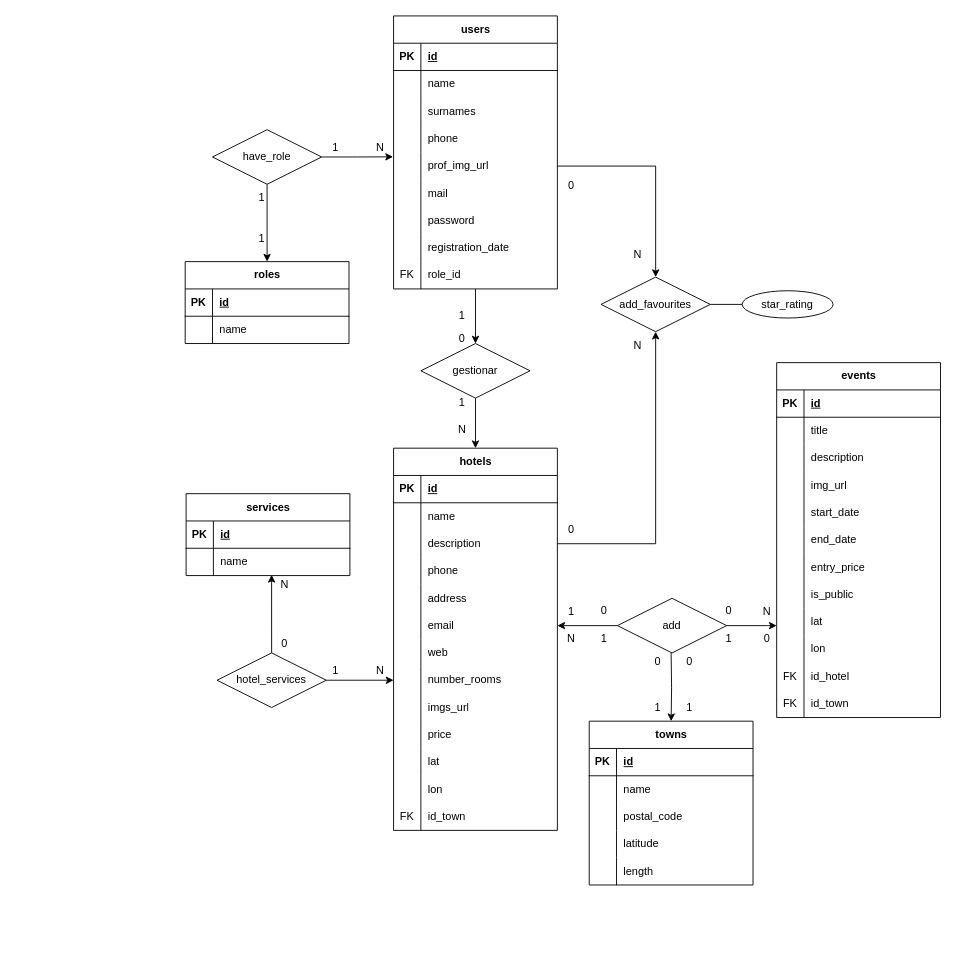
Before: c6_hohoHotel.drawio in SerotDev/sru-abi-rlm-project-backend, a draw.io diagram. Source tidied: cells renumbered, new cells numbered last; positions are measured from the earlier drawing's top-left corner, leaving out a move shared by most shapes. Both pictures are drawn from the tidied source at 91%, with x=0, y=0 at pixel (185, 15).
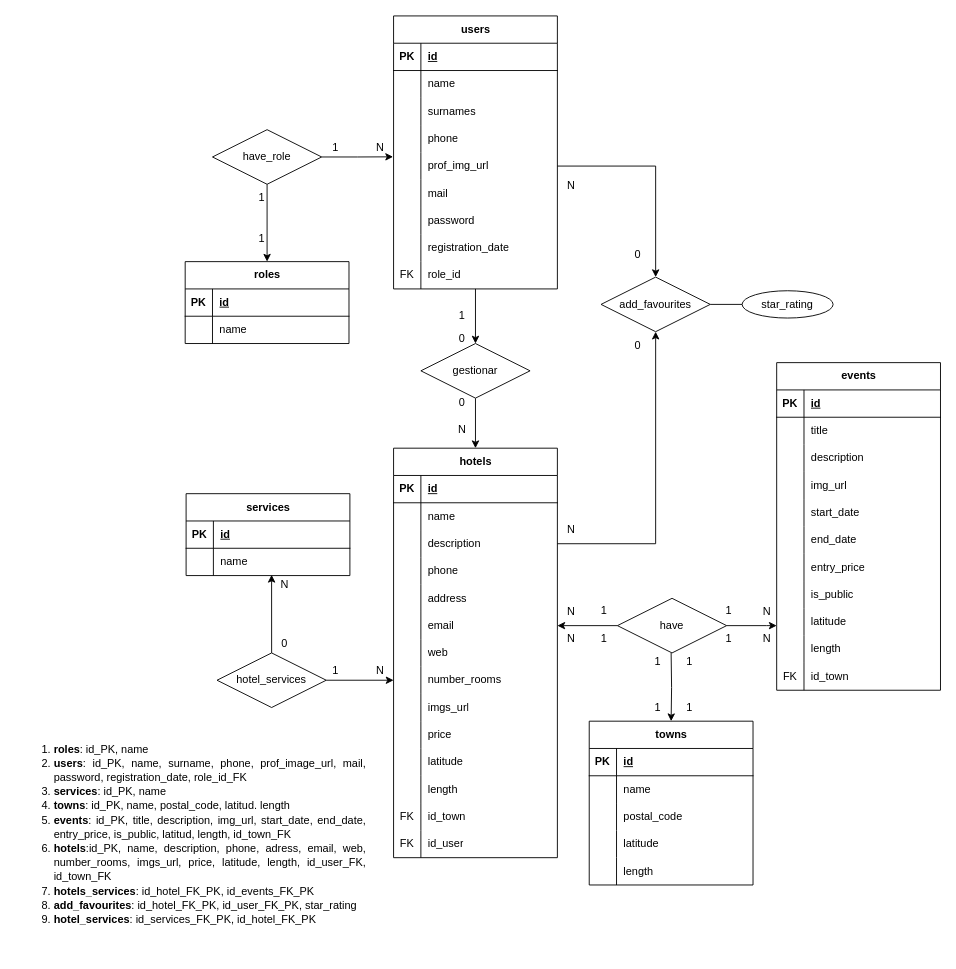
Above is the later version.

The change refers to these unchanged cells:
```xml
<mxCell id="56" style="shape=tableRow;horizontal=0;startSize=0;swimlaneHead=0;swimlaneBody=0;fillColor=none;points=[[0,0.5],[1,0.5]];portConstraint=eastwest;top=0;left=0;right=0;bottom=0;" parent="31" vertex="1">
  <mxGeometry y="270" width="180" height="30" as="geometry" />
</mxCell>
<mxCell id="59" style="shape=tableRow;horizontal=0;startSize=0;swimlaneHead=0;swimlaneBody=0;fillColor=none;top=0;left=0;right=0;bottom=0;" parent="31" vertex="1">
  <mxGeometry y="300" width="180" height="30" as="geometry" />
</mxCell>
<mxCell id="62" style="shape=tableRow;horizontal=0;startSize=0;swimlaneHead=0;swimlaneBody=0;fillColor=none;top=0;left=0;right=0;bottom=0;" parent="31" vertex="1">
  <mxGeometry y="330" width="180" height="30" as="geometry" />
</mxCell>
<mxCell id="99" style="shape=tableRow;horizontal=0;startSize=0;swimlaneHead=0;swimlaneBody=0;fillColor=none;top=0;left=0;right=0;bottom=0;" parent="68" vertex="1">
  <mxGeometry y="330" width="180" height="30" as="geometry" />
</mxCell>
<mxCell id="102" style="shape=tableRow;horizontal=0;startSize=0;swimlaneHead=0;swimlaneBody=0;fillColor=none;top=0;left=0;right=0;bottom=0;" parent="68" vertex="1">
  <mxGeometry y="360" width="180" height="30" as="geometry" />
</mxCell>
```

The edit, as a diff of the source:
```diff
@@
     <mxCell id="31" value="events" style="shape=table;startSize=30;childLayout=tableLayout;rowLines=0;fontStyle=1;align=center;html=1;" parent="1" vertex="1">
-      <mxGeometry x="650" y="381" width="180" height="390" as="geometry" />
+      <mxGeometry x="650" y="381" width="180" height="360" as="geometry" />
     </mxCell>
@@
-    <mxCell id="58" value="lat" style="shape=partialRectangle;fillColor=none;top=0;left=0;bottom=0;right=0;align=left;spacingLeft=6;overflow=hidden;whiteSpace=wrap;html=1;" parent="56" vertex="1">
+    <mxCell id="58" value="latitude" style="shape=partialRectangle;fillColor=none;top=0;left=0;bottom=0;right=0;align=left;spacingLeft=6;overflow=hidden;whiteSpace=wrap;html=1;" parent="56" vertex="1">
       <mxGeometry x="30" width="150" height="30" as="geometry" />
     </mxCell>
@@
-    <mxCell id="61" value="lon" style="shape=partialRectangle;fillColor=none;top=0;left=0;bottom=0;right=0;align=left;spacingLeft=6;overflow=hidden;whiteSpace=wrap;html=1;" parent="59" vertex="1">
+    <mxCell id="61" value="length" style="shape=partialRectangle;fillColor=none;top=0;left=0;bottom=0;right=0;align=left;spacingLeft=6;overflow=hidden;whiteSpace=wrap;html=1;" parent="59" vertex="1">
       <mxGeometry x="30" width="150" height="30" as="geometry" />
     </mxCell>
@@
-    <mxCell id="64" value="id_hotel" style="shape=partialRectangle;fillColor=none;top=0;left=0;bottom=0;right=0;align=left;spacingLeft=6;overflow=hidden;whiteSpace=wrap;html=1;" parent="62" vertex="1">
+    <mxCell id="64" value="id_town" style="shape=partialRectangle;fillColor=none;top=0;left=0;bottom=0;right=0;align=left;spacingLeft=6;overflow=hidden;whiteSpace=wrap;html=1;" parent="62" vertex="1">
       <mxGeometry x="30" width="150" height="30" as="geometry" />
     </mxCell>
-    <mxCell id="65" style="shape=tableRow;horizontal=0;startSize=0;swimlaneHead=0;swimlaneBody=0;fillColor=none;top=0;left=0;right=0;bottom=0;" parent="31" vertex="1">
-      <mxGeometry y="360" width="180" height="30" as="geometry" />
-    </mxCell>
-    <mxCell id="66" value="FK" style="shape=partialRectangle;fillColor=none;top=0;left=0;bottom=0;right=0;overflow=hidden;whiteSpace=wrap;html=1;" parent="65" vertex="1">
-      <mxGeometry width="30" height="30" as="geometry" />
-    </mxCell>
-    <mxCell id="67" value="id_town" style="shape=partialRectangle;fillColor=none;top=0;left=0;bottom=0;right=0;align=left;spacingLeft=6;overflow=hidden;whiteSpace=wrap;html=1;" parent="65" vertex="1">
-      <mxGeometry x="30" width="150" height="30" as="geometry" />
-    </mxCell>
     <mxCell id="68" value="hotels" style="shape=table;startSize=30;childLayout=tableLayout;rowLines=0;fontStyle=1;align=center;html=1;" parent="1" vertex="1">
-      <mxGeometry x="229" y="475" width="180" height="420" as="geometry" />
+      <mxGeometry x="229" y="475" width="180" height="450" as="geometry" />
     </mxCell>
@@
-    <mxCell id="101" value="lat" style="shape=partialRectangle;fillColor=none;top=0;left=0;bottom=0;right=0;align=left;spacingLeft=6;overflow=hidden;whiteSpace=wrap;html=1;" parent="99" vertex="1">
+    <mxCell id="101" value="latitude" style="shape=partialRectangle;fillColor=none;top=0;left=0;bottom=0;right=0;align=left;spacingLeft=6;overflow=hidden;whiteSpace=wrap;html=1;" parent="99" vertex="1">
       <mxGeometry x="30" width="150" height="30" as="geometry" />
     </mxCell>
@@
-    <mxCell id="104" value="lon" style="shape=partialRectangle;fillColor=none;top=0;left=0;bottom=0;right=0;align=left;spacingLeft=6;overflow=hidden;whiteSpace=wrap;html=1;" parent="102" vertex="1">
+    <mxCell id="104" value="length" style="shape=partialRectangle;fillColor=none;top=0;left=0;bottom=0;right=0;align=left;spacingLeft=6;overflow=hidden;whiteSpace=wrap;html=1;" parent="102" vertex="1">
       <mxGeometry x="30" width="150" height="30" as="geometry" />
     </mxCell>
@@
+    <mxCell id="185" style="shape=tableRow;horizontal=0;startSize=0;swimlaneHead=0;swimlaneBody=0;fillColor=none;top=0;left=0;right=0;bottom=0;" parent="68" vertex="1">
+      <mxGeometry y="420" width="180" height="30" as="geometry" />
+    </mxCell>
+    <mxCell id="186" style="shape=partialRectangle;fillColor=none;top=0;left=0;bottom=0;right=0;overflow=hidden;whiteSpace=wrap;html=1;" parent="185" vertex="1">
+      <mxGeometry width="30" height="30" as="geometry" />
+    </mxCell>
+    <mxCell id="187" value="id_user" style="shape=partialRectangle;fillColor=none;top=0;left=0;bottom=0;right=0;align=left;spacingLeft=6;overflow=hidden;whiteSpace=wrap;html=1;" parent="185" vertex="1">
+      <mxGeometry x="30" width="150" height="30" as="geometry" />
+    </mxCell>
@@
-    <mxCell id="112" value="add" style="shape=rhombus;perimeter=rhombusPerimeter;whiteSpace=wrap;html=1;align=center;" parent="1" vertex="1">
+    <mxCell id="112" value="have" style="shape=rhombus;perimeter=rhombusPerimeter;whiteSpace=wrap;html=1;align=center;" parent="1" vertex="1">
       <mxGeometry x="475" y="640" width="120" height="60" as="geometry" />
     </mxCell>
@@
-    <mxCell id="132" value="0" style="text;html=1;align=center;verticalAlign=middle;strokeColor=none;fillColor=none;" parent="1" vertex="1">
+    <mxCell id="132" value="1" style="text;html=1;align=center;verticalAlign=middle;strokeColor=none;fillColor=none;" parent="1" vertex="1">
       <mxGeometry x="445" y="639" width="30" height="30" as="geometry" />
     </mxCell>
-    <mxCell id="133" value="0" style="text;html=1;align=center;verticalAlign=middle;strokeColor=none;fillColor=none;" parent="1" vertex="1">
+    <mxCell id="133" value="1" style="text;html=1;align=center;verticalAlign=middle;strokeColor=none;fillColor=none;" parent="1" vertex="1">
       <mxGeometry x="582" y="639" width="30" height="30" as="geometry" />
     </mxCell>
@@
-    <mxCell id="135" value="0" style="text;html=1;align=center;verticalAlign=middle;strokeColor=none;fillColor=none;" parent="1" vertex="1">
+    <mxCell id="135" value="1" style="text;html=1;align=center;verticalAlign=middle;strokeColor=none;fillColor=none;" parent="1" vertex="1">
       <mxGeometry x="504" y="695" width="30" height="30" as="geometry" />
     </mxCell>
@@
-    <mxCell id="138" value="0" style="text;html=1;align=center;verticalAlign=middle;strokeColor=none;fillColor=none;" parent="1" vertex="1">
+    <mxCell id="138" value="1" style="text;html=1;align=center;verticalAlign=middle;strokeColor=none;fillColor=none;" parent="1" vertex="1">
       <mxGeometry x="539" y="695" width="30" height="30" as="geometry" />
     </mxCell>
@@
-    <mxCell id="141" value="1" style="text;html=1;align=center;verticalAlign=middle;strokeColor=none;fillColor=none;" parent="1" vertex="1">
+    <mxCell id="141" value="N" style="text;html=1;align=center;verticalAlign=middle;strokeColor=none;fillColor=none;" parent="1" vertex="1">
       <mxGeometry x="409" y="640" width="30" height="30" as="geometry" />
     </mxCell>
@@
-    <mxCell id="146" value="0" style="text;html=1;align=center;verticalAlign=middle;strokeColor=none;fillColor=none;" parent="1" vertex="1">
+    <mxCell id="146" value="N" style="text;html=1;align=center;verticalAlign=middle;strokeColor=none;fillColor=none;" parent="1" vertex="1">
       <mxGeometry x="624" y="670" width="30" height="30" as="geometry" />
     </mxCell>
-    <mxCell id="147" value="N" style="text;html=1;align=center;verticalAlign=middle;strokeColor=none;fillColor=none;" parent="1" vertex="1">
+    <mxCell id="147" value="0" style="text;html=1;align=center;verticalAlign=middle;strokeColor=none;fillColor=none;" parent="1" vertex="1">
       <mxGeometry x="482" y="347" width="30" height="30" as="geometry" />
     </mxCell>
-    <mxCell id="148" value="0" style="text;html=1;align=center;verticalAlign=middle;strokeColor=none;fillColor=none;" parent="1" vertex="1">
+    <mxCell id="148" value="N" style="text;html=1;align=center;verticalAlign=middle;strokeColor=none;fillColor=none;" parent="1" vertex="1">
       <mxGeometry x="409" y="550" width="30" height="30" as="geometry" />
     </mxCell>
-    <mxCell id="149" value="N" style="text;html=1;align=center;verticalAlign=middle;strokeColor=none;fillColor=none;" parent="1" vertex="1">
+    <mxCell id="149" value="0" style="text;html=1;align=center;verticalAlign=middle;strokeColor=none;fillColor=none;" parent="1" vertex="1">
       <mxGeometry x="482" y="247" width="30" height="30" as="geometry" />
     </mxCell>
-    <mxCell id="150" value="0" style="text;html=1;align=center;verticalAlign=middle;strokeColor=none;fillColor=none;" parent="1" vertex="1">
+    <mxCell id="150" value="N" style="text;html=1;align=center;verticalAlign=middle;strokeColor=none;fillColor=none;" parent="1" vertex="1">
       <mxGeometry x="409" y="172" width="30" height="30" as="geometry" />
     </mxCell>
@@
-    <mxCell id="161" value="1" style="text;html=1;align=center;verticalAlign=middle;strokeColor=none;fillColor=none;" parent="1" vertex="1">
+    <mxCell id="161" value="0" style="text;html=1;align=center;verticalAlign=middle;strokeColor=none;fillColor=none;" parent="1" vertex="1">
       <mxGeometry x="289" y="410" width="30" height="30" as="geometry" />
     </mxCell>
@@
+    <mxCell id="66" value="FK" style="shape=partialRectangle;fillColor=none;top=0;left=0;bottom=0;right=0;overflow=hidden;whiteSpace=wrap;html=1;" parent="1" vertex="1">
+      <mxGeometry x="229" y="895" width="30" height="30" as="geometry" />
+    </mxCell>
+    <mxCell id="188" value="&lt;ol&gt;&lt;li style=&quot;line-height: 130%;&quot; align=&quot;justify&quot;&gt;&lt;font style=&quot;background-color: rgb(255, 255, 255);&quot;&gt;&lt;b&gt;roles&lt;/b&gt;: id_PK, name&lt;/font&gt;&lt;/li&gt;&lt;li style=&quot;line-height: 130%;&quot; align=&quot;justify&quot;&gt;&lt;font style=&quot;background-color: rgb(255, 255, 255);&quot;&gt;&lt;b&gt;users&lt;/b&gt;: id_PK, name, surname, phone, prof_image_url, mail, password, registration_date, role_id_FK&lt;/font&gt;&lt;/li&gt;&lt;li style=&quot;line-height: 130%;&quot; align=&quot;justify&quot;&gt;&lt;font style=&quot;background-color: rgb(255, 255, 255);&quot;&gt;&lt;b&gt;services&lt;/b&gt;: id_PK, name&lt;/font&gt;&lt;/li&gt;&lt;li style=&quot;line-height: 130%;&quot; align=&quot;justify&quot;&gt;&lt;font style=&quot;background-color: rgb(255, 255, 255);&quot;&gt;&lt;b&gt;towns&lt;/b&gt;: id_PK, name, postal_code, latitud. length&lt;/font&gt;&lt;/li&gt;&lt;li style=&quot;line-height: 130%;&quot; align=&quot;justify&quot;&gt;&lt;font style=&quot;background-color: rgb(255, 255, 255);&quot;&gt;&lt;b&gt;events&lt;/b&gt;: id_PK, title, description, img_url, start_date, end_date, entry_price, is_public, latitud, length, id_town_FK&lt;/font&gt;&lt;/li&gt;&lt;li style=&quot;line-height: 130%;&quot; align=&quot;justify&quot;&gt;&lt;font style=&quot;background-color: rgb(255, 255, 255);&quot;&gt;&lt;b&gt;hotels&lt;/b&gt;:id_PK, name, description, phone, adress, email, web, number_rooms, imgs_url, price, latitude, length, id_user_FK, id_town_FK&lt;/font&gt;&lt;/li&gt;&lt;li style=&quot;line-height: 130%;&quot; align=&quot;justify&quot;&gt;&lt;font style=&quot;background-color: rgb(255, 255, 255);&quot;&gt;&lt;b&gt;hotels_services&lt;/b&gt;: id_hotel_FK_PK, id_events_FK_PK&lt;/font&gt;&lt;/li&gt;&lt;li style=&quot;line-height: 130%;&quot; align=&quot;justify&quot;&gt;&lt;font style=&quot;background-color: rgb(255, 255, 255);&quot;&gt;&lt;b&gt;add_favourites&lt;/b&gt;: id_hotel_FK_PK, id_user_FK_PK, star_rating&lt;/font&gt;&lt;/li&gt;&lt;li style=&quot;line-height: 130%;&quot; align=&quot;justify&quot;&gt;&lt;font style=&quot;background-color: rgb(255, 255, 255);&quot;&gt;&lt;b&gt;hotel_services&lt;/b&gt;: id_services_FK_PK, id_hotel_FK_PK&lt;/font&gt;&lt;/li&gt;&lt;/ol&gt;&lt;div&gt;&lt;br&gt;&lt;/div&gt;" style="text;html=1;strokeColor=none;fillColor=none;align=left;verticalAlign=top;whiteSpace=wrap;rounded=0;" parent="1" vertex="1">
+      <mxGeometry x="-186" y="780" width="385" height="250" as="geometry" />
+    </mxCell>
```
